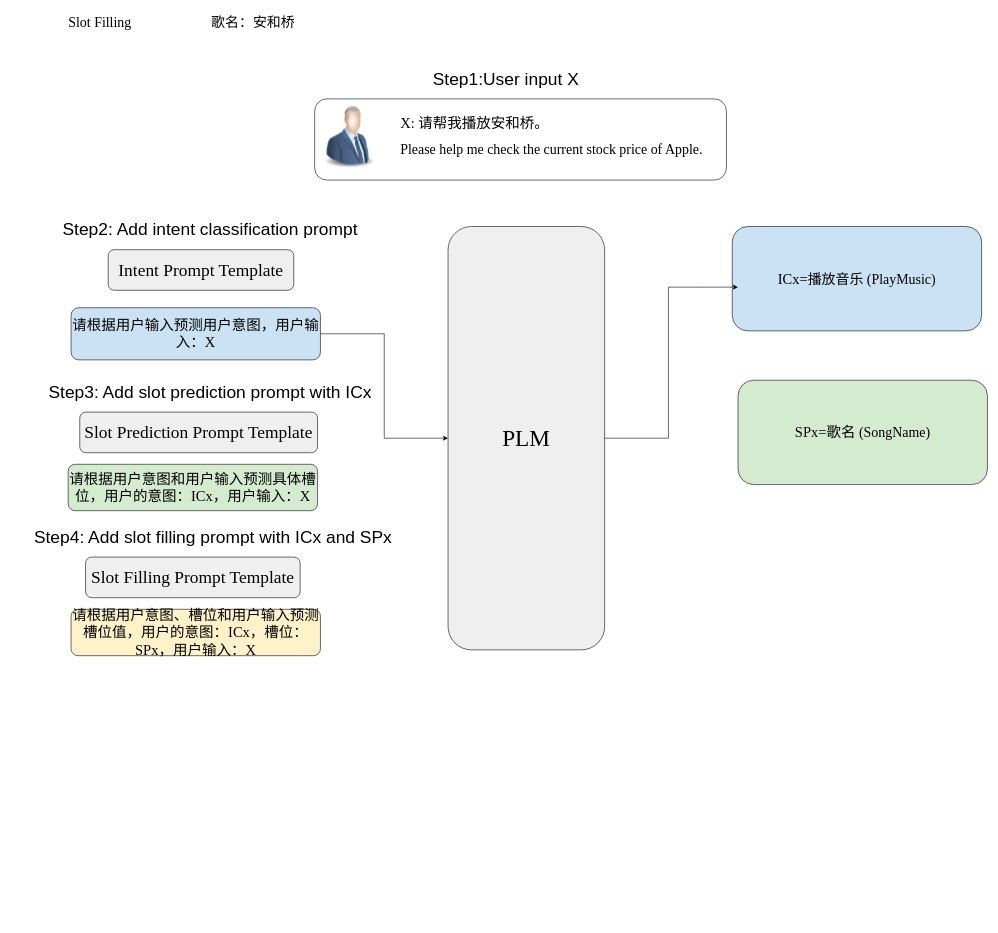
Before: chinese_NLU/CpromptNLU.drawio in lengyueit/paper_pic, a draw.io diagram. Source tidied: cells renumbered, new cells numbered last; positions are measured from the earlier drawing's top-left corner, leaving out a move shared by most shapes. Both pictures are drawn from the tidied source at 58%, with x=0, y=0 at pixel (10, 12).
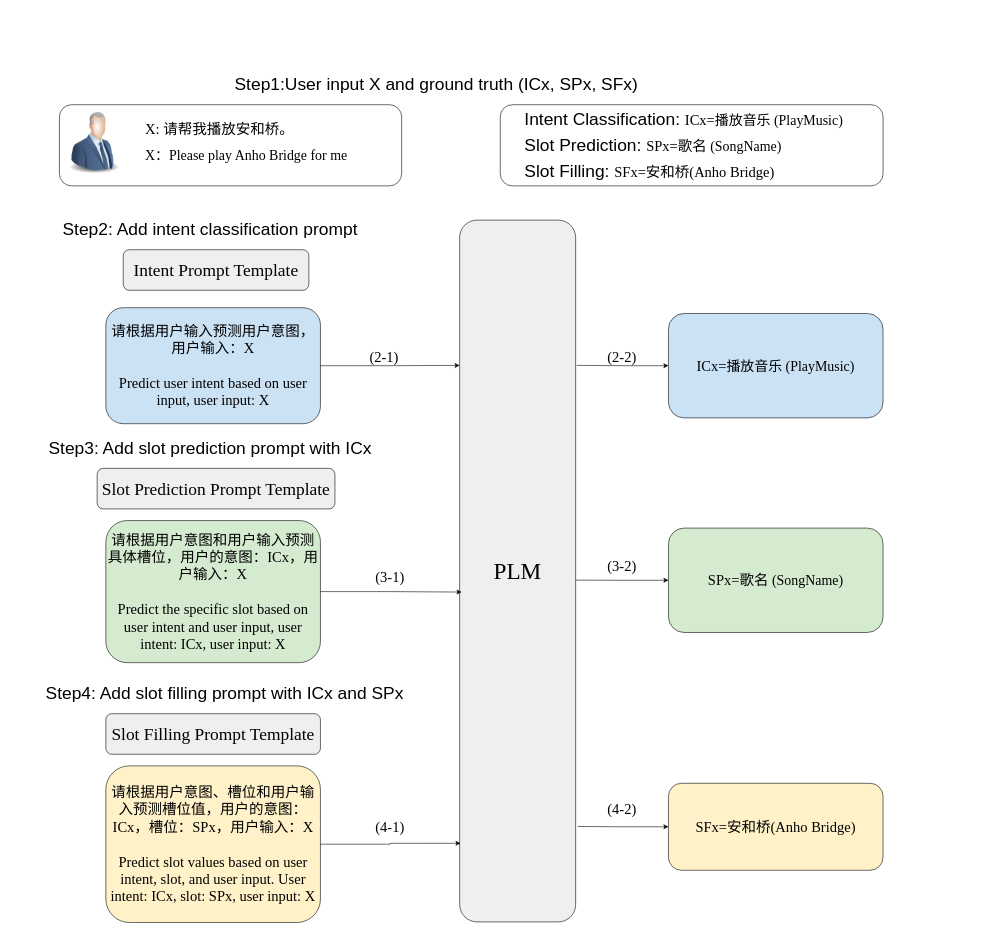
After the change.

The edit, as a diff of the source:
```diff
@@
-    <mxCell id="2" style="edgeStyle=orthogonalEdgeStyle;rounded=0;jettySize=auto;html=1;exitX=1;exitY=0.5;exitDx=0;exitDy=0;entryX=0;entryY=0.5;entryDx=0;entryDy=0;" parent="1" edge="1" source="3" target="15">
-      <mxGeometry relative="1" as="geometry" />
-    </mxCell>
-    <mxCell id="3" value="&lt;span style=&quot;font-family: &amp;quot;Times New Roman&amp;quot;; font-size: 25px; text-align: left;&quot;&gt;请根据用户输入预测用户意图，用户输入：X&lt;/span&gt;" style="rounded=1;whiteSpace=wrap;html=1;fillColor=light-dark(#cbe2f5, #ededed);" parent="1" vertex="1">
-      <mxGeometry x="105" y="510" width="430" height="90" as="geometry" />
+    <mxCell id="3" value="&lt;span style=&quot;font-family: &amp;quot;Times New Roman&amp;quot;; font-size: 25px; text-align: left;&quot;&gt;请根据用户输入预测用户意图，用户输入：X&lt;/span&gt;&lt;div&gt;&lt;span style=&quot;text-align: left;&quot;&gt;&lt;font face=&quot;Times New Roman&quot;&gt;&lt;span style=&quot;font-size: 25px;&quot;&gt;&lt;br&gt;&lt;/span&gt;&lt;/font&gt;&lt;/span&gt;&lt;/div&gt;&lt;div&gt;&lt;span style=&quot;text-align: left;&quot;&gt;&lt;font face=&quot;Times New Roman&quot;&gt;&lt;span style=&quot;font-size: 25px;&quot;&gt;Predict user intent based on user input, user input: X&lt;/span&gt;&lt;/font&gt;&lt;/span&gt;&lt;/div&gt;" style="rounded=1;whiteSpace=wrap;html=1;fillColor=light-dark(#cbe2f5, #ededed);" parent="1" vertex="1">
+      <mxGeometry x="165" y="510" width="370" height="200" as="geometry" />
     </mxCell>
-    <mxCell id="4" style="rounded=1;whiteSpace=wrap;html=1;" parent="1" vertex="1">
-      <mxGeometry x="525" y="150" width="710" height="140" as="geometry" />
-    </mxCell>
-    <mxCell id="5" style="image;html=1;image=img/lib/clip_art/people/Suit_Man_Blue_128x128.png;" parent="1" vertex="1">
-      <mxGeometry x="515" y="160" width="140" height="110" as="geometry" />
-    </mxCell>
-    <mxCell id="6" value="&lt;font face=&quot;Times New Roman&quot; style=&quot;font-size: 25px;&quot;&gt;X: 请帮我播放安和桥。&lt;/font&gt;" style="text;html=1;align=left;verticalAlign=middle;whiteSpace=wrap;rounded=0;fontSize=30;" parent="1" vertex="1">
-      <mxGeometry x="671" y="175" width="381" height="30" as="geometry" />
-    </mxCell>
-    <mxCell id="7" value="&lt;font face=&quot;Times New Roman&quot;&gt;&lt;span style=&quot;font-size: 24px;&quot;&gt;歌名：安和桥&lt;/span&gt;&lt;/font&gt;" style="text;html=1;align=left;verticalAlign=middle;whiteSpace=wrap;rounded=0;fontSize=30;" parent="1" vertex="1">
-      <mxGeometry x="345" width="600" height="30" as="geometry" />
-    </mxCell>
-    <mxCell id="8" value="&lt;font face=&quot;Times New Roman&quot; style=&quot;font-size: 24px;&quot;&gt;Slot Filling&lt;/font&gt;" style="text;html=1;align=center;verticalAlign=middle;whiteSpace=wrap;rounded=0;fontSize=30;" parent="1" vertex="1">
-      <mxGeometry x="85" width="140" height="30" as="geometry" />
-    </mxCell>
-    <mxCell id="9" value="&lt;span style=&quot;&quot;&gt;&lt;font face=&quot;Times New Roman&quot; style=&quot;font-size: 24px;&quot;&gt;Please help me check the current stock price of Apple.&lt;/font&gt;&lt;/span&gt;" style="text;html=1;align=left;verticalAlign=middle;whiteSpace=wrap;rounded=0;fontSize=30;" parent="1" vertex="1">
-      <mxGeometry x="671" y="220" width="584" height="30" as="geometry" />
-    </mxCell>
@@
-    <mxCell id="11" value="&lt;font style=&quot;font-size: 30px;&quot;&gt;Step1:User input X&lt;/font&gt;" style="text;html=1;align=center;verticalAlign=middle;whiteSpace=wrap;rounded=0;" parent="1" vertex="1">
-      <mxGeometry x="555" y="100" width="600" height="30" as="geometry" />
-    </mxCell>
     <mxCell id="12" value="&lt;font style=&quot;font-size: 30px;&quot; face=&quot;Times New Roman&quot;&gt;Intent Prompt Template&lt;/font&gt;" style="rounded=1;whiteSpace=wrap;html=1;fillColor=light-dark(#efefef, #ededed);" parent="1" vertex="1">
-      <mxGeometry x="169" y="410" width="320" height="70" as="geometry" />
+      <mxGeometry x="195" y="410" width="320" height="70" as="geometry" />
     </mxCell>
     <mxCell id="13" value="&lt;font style=&quot;font-size: 30px;&quot; face=&quot;Times New Roman&quot;&gt;Slot Prediction Prompt Template&lt;/font&gt;" style="rounded=1;whiteSpace=wrap;html=1;fillColor=light-dark(#efefef, #ededed);" parent="1" vertex="1">
-      <mxGeometry x="120" y="690" width="410" height="70" as="geometry" />
+      <mxGeometry x="150" y="787" width="410" height="70" as="geometry" />
     </mxCell>
     <mxCell id="14" value="&lt;font style=&quot;font-size: 30px;&quot; face=&quot;Times New Roman&quot;&gt;Slot Filling Prompt Template&lt;/font&gt;" style="rounded=1;whiteSpace=wrap;html=1;fillColor=light-dark(#efefef, #ededed);" parent="1" vertex="1">
-      <mxGeometry x="130" y="940" width="370" height="70" as="geometry" />
+      <mxGeometry x="165" y="1210" width="370" height="70" as="geometry" />
     </mxCell>
     <mxCell id="15" value="&lt;font style=&quot;font-size: 40px;&quot; face=&quot;Times New Roman&quot;&gt;PLM&lt;/font&gt;" style="rounded=1;whiteSpace=wrap;html=1;fillColor=light-dark(#efefef, #ededed);" parent="1" vertex="1">
-      <mxGeometry x="755" y="370" width="270" height="730" as="geometry" />
+      <mxGeometry x="775" y="359" width="200" height="1210" as="geometry" />
     </mxCell>
     <mxCell id="16" value="&lt;font face=&quot;Times New Roman&quot;&gt;&lt;span style=&quot;font-size: 25px; text-align: left;&quot;&gt;ICx=&lt;/span&gt;&lt;span style=&quot;font-size: 24px; text-align: left;&quot;&gt;播放音乐 (PlayMusic)&lt;/span&gt;&lt;/font&gt;" style="rounded=1;whiteSpace=wrap;html=1;fillColor=light-dark(#cbe2f5, #ededed);" parent="1" vertex="1">
-      <mxGeometry x="1245" y="370" width="430" height="180" as="geometry" />
+      <mxGeometry x="1135" y="520" width="370" height="180" as="geometry" />
     </mxCell>
-    <mxCell id="17" style="edgeStyle=orthogonalEdgeStyle;rounded=0;jettySize=auto;html=1;exitX=1;exitY=0.5;exitDx=0;exitDy=0;entryX=0.023;entryY=0.581;entryDx=0;entryDy=0;entryPerimeter=0;" parent="1" edge="1" source="15" target="16">
-      <mxGeometry relative="1" as="geometry" />
-    </mxCell>
-    <mxCell id="18" value="&lt;span style=&quot;font-family: &amp;quot;Times New Roman&amp;quot;; font-size: 25px; text-align: left;&quot;&gt;请根据用户意图和用户输入预测具体槽位，用户的意图：ICx，用户输入：X&lt;/span&gt;" style="rounded=1;whiteSpace=wrap;html=1;fillColor=light-dark(#d5ebd0, #ededed);" parent="1" vertex="1">
-      <mxGeometry x="100" y="780" width="430" height="80" as="geometry" />
+    <mxCell id="18" value="&lt;span style=&quot;font-family: &amp;quot;Times New Roman&amp;quot;; font-size: 25px; text-align: left;&quot;&gt;请根据用户意图和用户输入预测具体槽位，用户的意图：ICx，用户输入：X&lt;/span&gt;&lt;div&gt;&lt;span style=&quot;text-align: left;&quot;&gt;&lt;font face=&quot;Times New Roman&quot;&gt;&lt;span style=&quot;font-size: 25px;&quot;&gt;&lt;br&gt;&lt;/span&gt;&lt;/font&gt;&lt;/span&gt;&lt;/div&gt;&lt;div&gt;&lt;span style=&quot;text-align: left;&quot;&gt;&lt;font face=&quot;Times New Roman&quot;&gt;&lt;span style=&quot;font-size: 25px;&quot;&gt;Predict the specific slot based on user intent and user input, user intent: ICx, user input: X&lt;/span&gt;&lt;/font&gt;&lt;/span&gt;&lt;/div&gt;" style="rounded=1;whiteSpace=wrap;html=1;fillColor=light-dark(#d5ebd0, #ededed);" parent="1" vertex="1">
+      <mxGeometry x="165" y="877" width="370" height="245" as="geometry" />
     </mxCell>
     <mxCell id="19" value="&lt;font style=&quot;font-size: 30px;&quot;&gt;Step3: Add slot prediction prompt with ICx&lt;/font&gt;" style="text;html=1;align=center;verticalAlign=middle;whiteSpace=wrap;rounded=0;" parent="1" vertex="1">
-      <mxGeometry y="640" width="690" height="30" as="geometry" />
+      <mxGeometry y="737" width="690" height="30" as="geometry" />
     </mxCell>
     <mxCell id="20" value="&lt;font style=&quot;font-size: 30px;&quot;&gt;Step4: Add slot filling prompt with ICx and SPx&lt;/font&gt;" style="text;html=1;align=center;verticalAlign=middle;whiteSpace=wrap;rounded=0;" parent="1" vertex="1">
-      <mxGeometry x="5" y="890" width="690" height="30" as="geometry" />
+      <mxGeometry x="25" y="1160" width="690" height="30" as="geometry" />
     </mxCell>
-    <mxCell id="21" value="&lt;span style=&quot;font-family: &amp;quot;Times New Roman&amp;quot;; font-size: 25px; text-align: left;&quot;&gt;请根据用户意图、槽位和用户输入预测槽位值，用户的意图：ICx，槽位：SPx，用户输入：X&lt;/span&gt;" style="rounded=1;whiteSpace=wrap;html=1;fillColor=light-dark(#fff1c8, #ededed);" parent="1" vertex="1">
-      <mxGeometry x="105" y="1030" width="430" height="80" as="geometry" />
+    <mxCell id="21" value="&lt;span style=&quot;font-family: &amp;quot;Times New Roman&amp;quot;; font-size: 25px; text-align: left;&quot;&gt;请根据用户意图、槽位和用户输入预测槽位值，用户的意图：ICx，槽位：SPx，用户输入：X&lt;/span&gt;&lt;div&gt;&lt;span style=&quot;text-align: left;&quot;&gt;&lt;font face=&quot;Times New Roman&quot;&gt;&lt;span style=&quot;font-size: 25px;&quot;&gt;&lt;br&gt;&lt;/span&gt;&lt;/font&gt;&lt;/span&gt;&lt;/div&gt;&lt;div&gt;&lt;span style=&quot;text-align: left;&quot;&gt;&lt;font face=&quot;Times New Roman&quot;&gt;&lt;span style=&quot;font-size: 25px;&quot;&gt;Predict slot values based on user intent, slot, and user input. User intent: ICx, slot: SPx, user input: X&lt;/span&gt;&lt;/font&gt;&lt;/span&gt;&lt;/div&gt;" style="rounded=1;whiteSpace=wrap;html=1;fillColor=light-dark(#fff1c8, #ededed);" parent="1" vertex="1">
+      <mxGeometry x="165" y="1300" width="370" height="270" as="geometry" />
     </mxCell>
     <mxCell id="22" value="&lt;font face=&quot;Times New Roman&quot;&gt;&lt;span style=&quot;font-size: 25px; text-align: left;&quot;&gt;SPx=歌名&lt;/span&gt;&lt;span style=&quot;font-size: 24px; text-align: left;&quot;&gt;&amp;nbsp;(SongName)&lt;/span&gt;&lt;/font&gt;" style="rounded=1;whiteSpace=wrap;html=1;fillColor=light-dark(#d5ebd0, #ededed);" parent="1" vertex="1">
-      <mxGeometry x="1255" y="635" width="430" height="180" as="geometry" />
+      <mxGeometry x="1135" y="890" width="370" height="180" as="geometry" />
     </mxCell>
+    <mxCell id="23" value="&lt;span style=&quot;text-align: left;&quot;&gt;&lt;font face=&quot;Times New Roman&quot;&gt;&lt;span style=&quot;font-size: 25px;&quot;&gt;SFx=安和桥(Anho Bridge)&lt;/span&gt;&lt;/font&gt;&lt;/span&gt;" style="rounded=1;whiteSpace=wrap;html=1;fillColor=light-dark(#fff1c8, #ededed);" parent="1" vertex="1">
+      <mxGeometry x="1135" y="1330" width="370" height="150" as="geometry" />
+    </mxCell>
+    <mxCell id="24" style="edgeStyle=orthogonalEdgeStyle;rounded=0;jettySize=auto;html=1;exitX=1;exitY=0.5;exitDx=0;exitDy=0;entryX=0.017;entryY=0.53;entryDx=0;entryDy=0;entryPerimeter=0;" parent="1" edge="1" source="18" target="15">
+      <mxGeometry relative="1" as="geometry" />
+    </mxCell>
+    <mxCell id="2" style="edgeStyle=orthogonalEdgeStyle;rounded=0;jettySize=auto;html=1;exitX=1;exitY=0.5;exitDx=0;exitDy=0;entryX=0;entryY=0.207;entryDx=0;entryDy=0;entryPerimeter=0;" parent="1" edge="1" source="3" target="15">
+      <mxGeometry relative="1" as="geometry" />
+    </mxCell>
+    <mxCell id="25" style="edgeStyle=orthogonalEdgeStyle;rounded=0;jettySize=auto;html=1;exitX=1;exitY=0.5;exitDx=0;exitDy=0;entryX=0.008;entryY=0.888;entryDx=0;entryDy=0;entryPerimeter=0;" parent="1" edge="1" source="21" target="15">
+      <mxGeometry relative="1" as="geometry" />
+    </mxCell>
+    <mxCell id="26" style="edgeStyle=orthogonalEdgeStyle;rounded=0;jettySize=auto;html=1;exitX=0;exitY=0.5;exitDx=0;exitDy=0;entryX=1.008;entryY=0.207;entryDx=0;entryDy=0;entryPerimeter=0;endArrow=none;endFill=0;startArrow=classic;startFill=1;" parent="1" edge="1" source="16" target="15">
+      <mxGeometry relative="1" as="geometry" />
+    </mxCell>
+    <mxCell id="27" style="edgeStyle=orthogonalEdgeStyle;rounded=0;jettySize=auto;html=1;exitX=0;exitY=0.5;exitDx=0;exitDy=0;entryX=1;entryY=0.513;entryDx=0;entryDy=0;entryPerimeter=0;startArrow=classic;startFill=1;endArrow=none;endFill=0;" parent="1" edge="1" source="22" target="15">
+      <mxGeometry relative="1" as="geometry" />
+    </mxCell>
+    <mxCell id="28" style="edgeStyle=orthogonalEdgeStyle;rounded=0;jettySize=auto;html=1;exitX=0;exitY=0.5;exitDx=0;exitDy=0;entryX=1.017;entryY=0.864;entryDx=0;entryDy=0;entryPerimeter=0;startArrow=classic;startFill=1;endArrow=none;endFill=0;" parent="1" edge="1" source="23" target="15">
+      <mxGeometry relative="1" as="geometry" />
+    </mxCell>
+    <mxCell id="29" value="&lt;font style=&quot;font-size: 25px;&quot; face=&quot;Times New Roman&quot;&gt;(2-1)&lt;/font&gt;" style="text;html=1;align=center;verticalAlign=middle;whiteSpace=wrap;rounded=0;" parent="1" vertex="1">
+      <mxGeometry x="615" y="580" width="60" height="30" as="geometry" />
+    </mxCell>
+    <mxCell id="30" value="&lt;font style=&quot;font-size: 25px;&quot; face=&quot;Times New Roman&quot;&gt;(2-2)&lt;/font&gt;" style="text;html=1;align=center;verticalAlign=middle;whiteSpace=wrap;rounded=0;" parent="1" vertex="1">
+      <mxGeometry x="1025" y="580" width="60" height="30" as="geometry" />
+    </mxCell>
+    <mxCell id="31" value="&lt;font style=&quot;font-size: 25px;&quot; face=&quot;Times New Roman&quot;&gt;(3-1)&lt;/font&gt;" style="text;html=1;align=center;verticalAlign=middle;whiteSpace=wrap;rounded=0;" parent="1" vertex="1">
+      <mxGeometry x="625" y="960" width="60" height="30" as="geometry" />
+    </mxCell>
+    <mxCell id="32" value="&lt;font style=&quot;font-size: 25px;&quot; face=&quot;Times New Roman&quot;&gt;(3-2)&lt;/font&gt;" style="text;html=1;align=center;verticalAlign=middle;whiteSpace=wrap;rounded=0;" parent="1" vertex="1">
+      <mxGeometry x="1025" y="940" width="60" height="30" as="geometry" />
+    </mxCell>
+    <mxCell id="33" value="&lt;font style=&quot;font-size: 25px;&quot; face=&quot;Times New Roman&quot;&gt;(4-1)&lt;/font&gt;" style="text;html=1;align=center;verticalAlign=middle;whiteSpace=wrap;rounded=0;" parent="1" vertex="1">
+      <mxGeometry x="625" y="1390" width="60" height="30" as="geometry" />
+    </mxCell>
+    <mxCell id="34" value="&lt;font style=&quot;font-size: 25px;&quot; face=&quot;Times New Roman&quot;&gt;(4-2)&lt;/font&gt;" style="text;html=1;align=center;verticalAlign=middle;whiteSpace=wrap;rounded=0;" parent="1" vertex="1">
+      <mxGeometry x="1025" y="1360" width="60" height="30" as="geometry" />
+    </mxCell>
+    <mxCell id="4" style="rounded=1;whiteSpace=wrap;html=1;" parent="1" vertex="1">
+      <mxGeometry x="85" y="160" width="590" height="140" as="geometry" />
+    </mxCell>
+    <mxCell id="5" style="image;html=1;image=img/lib/clip_art/people/Suit_Man_Blue_128x128.png;" parent="1" vertex="1">
+      <mxGeometry x="75" y="170" width="140" height="110" as="geometry" />
+    </mxCell>
+    <mxCell id="6" value="&lt;font face=&quot;Times New Roman&quot; style=&quot;font-size: 25px;&quot;&gt;X: 请帮我播放安和桥。&lt;/font&gt;" style="text;html=1;align=left;verticalAlign=middle;whiteSpace=wrap;rounded=0;fontSize=30;" parent="1" vertex="1">
+      <mxGeometry x="231" y="185" width="381" height="30" as="geometry" />
+    </mxCell>
+    <mxCell id="9" value="&lt;span style=&quot;&quot;&gt;&lt;font face=&quot;Times New Roman&quot; style=&quot;font-size: 24px;&quot;&gt;X：&lt;/font&gt;&lt;/span&gt;&lt;font face=&quot;Times New Roman&quot;&gt;&lt;span style=&quot;font-size: 24px;&quot;&gt;Please play Anho Bridge for me&lt;/span&gt;&lt;/font&gt;" style="text;html=1;align=left;verticalAlign=middle;whiteSpace=wrap;rounded=0;fontSize=30;" parent="1" vertex="1">
+      <mxGeometry x="231" y="230" width="364" height="30" as="geometry" />
+    </mxCell>
+    <mxCell id="11" value="&lt;font style=&quot;font-size: 30px;&quot;&gt;Step1:User input X and ground truth (ICx, SPx, SFx)&lt;/font&gt;" style="text;html=1;align=center;verticalAlign=middle;whiteSpace=wrap;rounded=0;" parent="1" vertex="1">
+      <mxGeometry x="295" y="110" width="880" height="30" as="geometry" />
+    </mxCell>
+    <mxCell id="35" style="rounded=1;whiteSpace=wrap;html=1;" parent="1" vertex="1">
+      <mxGeometry x="845" y="160" width="660" height="140" as="geometry" />
+    </mxCell>
+    <mxCell id="36" value="&lt;span style=&quot;text-align: center;&quot;&gt;Intent Classification:&amp;nbsp;&lt;/span&gt;&lt;span style=&quot;font-family: &amp;quot;Times New Roman&amp;quot;; font-size: 25px;&quot;&gt;ICx=&lt;/span&gt;&lt;span style=&quot;font-family: &amp;quot;Times New Roman&amp;quot;; font-size: 24px;&quot;&gt;播放音乐 (PlayMusic)&lt;/span&gt;" style="text;html=1;align=left;verticalAlign=middle;whiteSpace=wrap;rounded=0;fontSize=30;" parent="1" vertex="1">
+      <mxGeometry x="885" y="170" width="580" height="30" as="geometry" />
+    </mxCell>
+    <mxCell id="37" value="&lt;span style=&quot;text-align: center;&quot;&gt;Slot Prediction:&amp;nbsp;&lt;/span&gt;&lt;span style=&quot;font-family: &amp;quot;Times New Roman&amp;quot;; font-size: 25px;&quot;&gt;SPx=歌名&lt;/span&gt;&lt;span style=&quot;font-family: &amp;quot;Times New Roman&amp;quot;; font-size: 24px;&quot;&gt;&amp;nbsp;(SongName)&lt;/span&gt;" style="text;html=1;align=left;verticalAlign=middle;whiteSpace=wrap;rounded=0;fontSize=30;" parent="1" vertex="1">
+      <mxGeometry x="885" y="215" width="550" height="30" as="geometry" />
+    </mxCell>
+    <mxCell id="38" value="&lt;span style=&quot;text-align: center;&quot;&gt;Slot Filling:&amp;nbsp;&lt;/span&gt;&lt;span style=&quot;font-family: &amp;quot;Times New Roman&amp;quot;; font-size: 25px;&quot;&gt;SFx=安和桥(Anho Bridge)&lt;/span&gt;" style="text;html=1;align=left;verticalAlign=middle;whiteSpace=wrap;rounded=0;fontSize=30;" parent="1" vertex="1">
+      <mxGeometry x="885" y="260" width="510" height="30" as="geometry" />
+    </mxCell>
```
